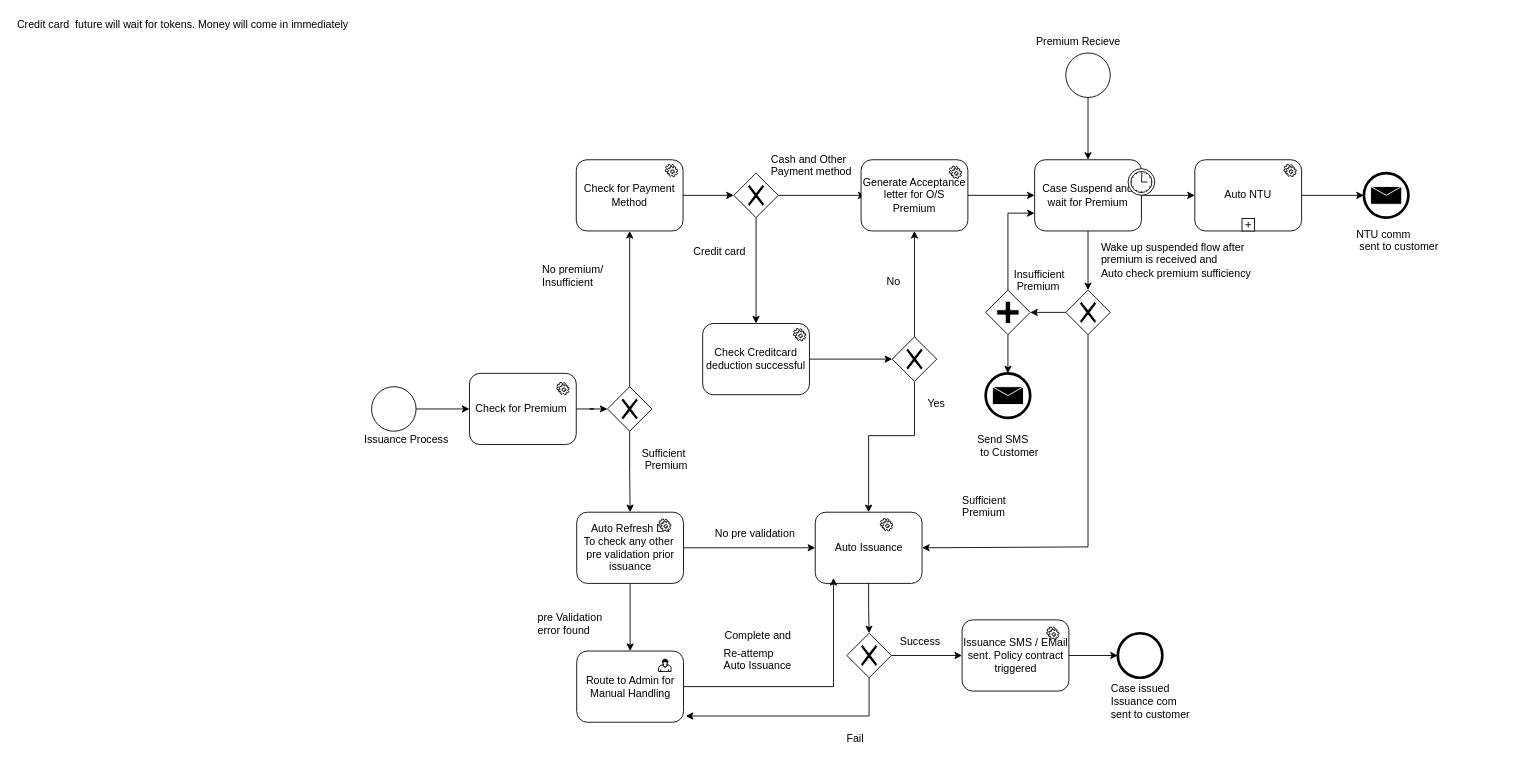
Before: page "Issuance Process" (4 of 6) of Untitled Diagram.drawio in Jefferzonlee/WorkFlow-BPR, a draw.io diagram. Source tidied: cells renumbered, new cells numbered last; positions are measured from the earlier drawing's top-left corner, leaving out a move shared by most shapes. Both pictures are drawn from the tidied source at 89%, with x=0, y=0 at pixel (15, 15).
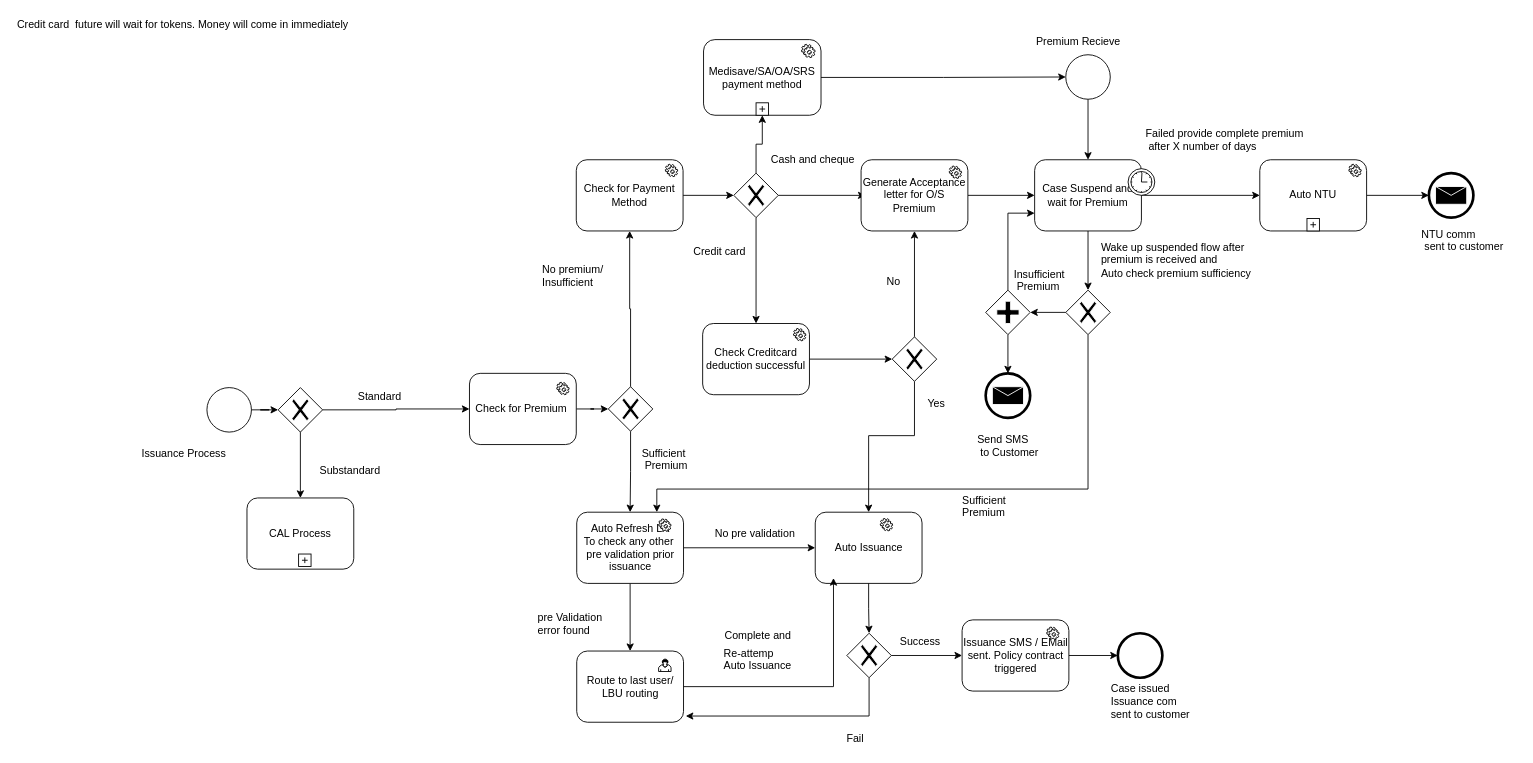
The same diagram, later.

Unchanged cells that the change refers to:
```xml
<mxCell id="6" value="Check for Premium&amp;nbsp;" style="shape=ext;rounded=1;html=1;whiteSpace=wrap;" parent="1" vertex="1">
  <mxGeometry x="510" y="402" width="120" height="80" as="geometry" />
</mxCell>
<mxCell id="15" style="shape=mxgraph.bpmn.shape;html=1;verticalLabelPosition=bottom;labelBackgroundColor=#ffffff;verticalAlign=top;align=center;perimeter=rhombusPerimeter;background=gateway;outlineConnect=0;outline=none;symbol=exclusiveGw;" parent="1" vertex="1">
  <mxGeometry x="807" y="177" width="50" height="50" as="geometry" />
</mxCell>
<mxCell id="20" value="Auto Issuance" style="shape=ext;rounded=1;html=1;whiteSpace=wrap;" parent="1" vertex="1">
  <mxGeometry x="898.5" y="558" width="120" height="80" as="geometry" />
</mxCell>
<mxCell id="53" style="shape=mxgraph.bpmn.shape;html=1;verticalLabelPosition=bottom;labelBackgroundColor=#ffffff;verticalAlign=top;align=center;perimeter=rhombusPerimeter;background=gateway;outlineConnect=0;outline=none;symbol=exclusiveGw;" parent="1" vertex="1">
  <mxGeometry x="1180" y="308.5" width="50" height="50" as="geometry" />
</mxCell>
<mxCell id="70" value="Auto Refresh LA&lt;br&gt;To check any other&amp;nbsp; pre validation prior issuance&lt;br&gt;" style="html=1;whiteSpace=wrap;rounded=1;" parent="1" vertex="1">
  <mxGeometry x="630.5" y="558" width="120" height="80" as="geometry" />
</mxCell>
```

Diff of the diagram source:
```diff
@@
-    <mxCell id="2" style="edgeStyle=orthogonalEdgeStyle;rounded=0;jettySize=auto;html=1;entryX=0;entryY=0.5;entryDx=0;entryDy=0;" parent="1" edge="1" source="3" target="6">
+    <mxCell id="2" style="edgeStyle=orthogonalEdgeStyle;rounded=0;jettySize=auto;html=1;entryX=0;entryY=0.5;entryDx=0;entryDy=0;" parent="1" edge="1" source="89" target="6">
       <mxGeometry relative="1" as="geometry" />
     </mxCell>
     <mxCell id="3" style="shape=mxgraph.bpmn.shape;html=1;verticalLabelPosition=bottom;labelBackgroundColor=#ffffff;verticalAlign=top;align=center;perimeter=ellipsePerimeter;outlineConnect=0;outline=standard;symbol=general;" parent="1" vertex="1">
-      <mxGeometry x="400" y="417" width="50" height="50" as="geometry" />
+      <mxGeometry x="215" y="418" width="50" height="50" as="geometry" />
     </mxCell>
     <mxCell id="4" value="Issuance Process" style="text;html=1;align=left;verticalAlign=top;spacingTop=-4;" parent="1" vertex="1">
-      <mxGeometry x="390" y="467" width="110" height="20" as="geometry" />
+      <mxGeometry x="140" y="482" width="110" height="20" as="geometry" />
     </mxCell>
@@
     <mxCell id="10" style="shape=mxgraph.bpmn.shape;html=1;verticalLabelPosition=bottom;labelBackgroundColor=#ffffff;verticalAlign=top;align=center;perimeter=rhombusPerimeter;background=gateway;outlineConnect=0;outline=none;symbol=exclusiveGw;" parent="1" vertex="1">
-      <mxGeometry x="665" y="417" width="50" height="50" as="geometry" />
+      <mxGeometry x="666" y="417" width="50" height="50" as="geometry" />
     </mxCell>
@@
+    <mxCell id="82" style="edgeStyle=orthogonalEdgeStyle;rounded=0;jettySize=auto;html=1;" parent="1" edge="1" source="15" target="85">
+      <mxGeometry relative="1" as="geometry" />
+    </mxCell>
@@
-    <mxCell id="16" value="Cash and Other &lt;br&gt;Payment method" style="text;html=1;align=left;verticalAlign=top;spacingTop=-4;" parent="1" vertex="1">
-      <mxGeometry x="847" y="152" width="110" height="30" as="geometry" />
+    <mxCell id="16" value="Cash and cheque&lt;br&gt;" style="text;html=1;align=left;verticalAlign=top;spacingTop=-4;" parent="1" vertex="1">
+      <mxGeometry x="847" y="152" width="110" height="20" as="geometry" />
     </mxCell>
@@
-    <mxCell id="46" value="Route to Admin for Manual Handling" style="shape=ext;rounded=1;html=1;whiteSpace=wrap;" parent="1" vertex="1">
+    <mxCell id="46" value="Route to last user/ LBU routing" style="shape=ext;rounded=1;html=1;whiteSpace=wrap;" parent="1" vertex="1">
       <mxGeometry x="630.5" y="714" width="120" height="80" as="geometry" />
     </mxCell>
@@
     <mxCell id="48" style="shape=mxgraph.bpmn.shape;html=1;verticalLabelPosition=bottom;labelBackgroundColor=#ffffff;verticalAlign=top;align=center;perimeter=ellipsePerimeter;outlineConnect=0;outline=standard;symbol=general;" parent="1" vertex="1">
-      <mxGeometry x="1180" y="42" width="50" height="50" as="geometry" />
+      <mxGeometry x="1180" y="44" width="50" height="50" as="geometry" />
     </mxCell>
@@
-    <mxCell id="51" style="edgeStyle=orthogonalEdgeStyle;rounded=0;jettySize=auto;html=1;entryX=1;entryY=0.5;entryDx=0;entryDy=0;" parent="1" edge="1" source="53" target="20">
-      <mxGeometry relative="1" as="geometry">
-        <Array as="points">
-          <mxPoint x="1205" y="597" />
-        </Array>
-      </mxGeometry>
-    </mxCell>
@@
+    <mxCell id="83" style="edgeStyle=orthogonalEdgeStyle;rounded=0;jettySize=auto;html=1;entryX=0.75;entryY=0;entryDx=0;entryDy=0;" parent="1" edge="1" source="53" target="70">
+      <mxGeometry relative="1" as="geometry">
+        <Array as="points">
+          <mxPoint x="1205" y="532" />
+          <mxPoint x="721" y="532" />
+        </Array>
+      </mxGeometry>
+    </mxCell>
@@
     <mxCell id="63" value="Auto NTU" style="html=1;whiteSpace=wrap;rounded=1;" parent="1" vertex="1">
-      <mxGeometry x="1325" y="162" width="120" height="80" as="geometry" />
+      <mxGeometry x="1398" y="162" width="120" height="80" as="geometry" />
     </mxCell>
@@
     <mxCell id="66" style="shape=mxgraph.bpmn.shape;html=1;verticalLabelPosition=bottom;labelBackgroundColor=#ffffff;verticalAlign=top;align=center;perimeter=ellipsePerimeter;outlineConnect=0;outline=end;symbol=message;" parent="1" vertex="1">
-      <mxGeometry x="1515" y="177" width="50" height="50" as="geometry" />
+      <mxGeometry x="1588" y="177" width="50" height="50" as="geometry" />
     </mxCell>
     <mxCell id="67" value="NTU comm&lt;br&gt;&amp;nbsp;sent to customer" style="text;html=1;align=left;verticalAlign=top;spacingTop=-4;" parent="1" vertex="1">
-      <mxGeometry x="1505" y="236" width="110" height="30" as="geometry" />
+      <mxGeometry x="1578" y="236" width="110" height="30" as="geometry" />
     </mxCell>
@@
+    <mxCell id="84" style="edgeStyle=orthogonalEdgeStyle;rounded=0;jettySize=auto;html=1;" parent="1" edge="1" source="85" target="48">
+      <mxGeometry relative="1" as="geometry" />
+    </mxCell>
+    <mxCell id="85" value="Medisave/SA/OA/SRS payment method" style="html=1;whiteSpace=wrap;rounded=1;" parent="1" vertex="1">
+      <mxGeometry x="773" y="27" width="132" height="85" as="geometry" />
+    </mxCell>
+    <mxCell id="86" style="html=1;shape=plus;" parent="85" vertex="1">
+      <mxGeometry x="0.5" y="1" width="14" height="14" relative="1" as="geometry">
+        <mxPoint x="-7" y="-14" as="offset" />
+      </mxGeometry>
+    </mxCell>
+    <mxCell id="87" style="shape=mxgraph.bpmn.service_task;html=1;" parent="85" vertex="1">
+      <mxGeometry x="110" y="5.3" width="15.4" height="14.9" as="geometry" />
+    </mxCell>
+    <mxCell id="88" style="edgeStyle=orthogonalEdgeStyle;rounded=0;jettySize=auto;html=1;" parent="1" edge="1" source="89" target="91">
+      <mxGeometry relative="1" as="geometry" />
+    </mxCell>
+    <mxCell id="89" style="shape=mxgraph.bpmn.shape;html=1;verticalLabelPosition=bottom;labelBackgroundColor=#ffffff;verticalAlign=top;align=center;perimeter=rhombusPerimeter;background=gateway;outlineConnect=0;outline=none;symbol=exclusiveGw;" parent="1" vertex="1">
+      <mxGeometry x="295" y="418" width="50" height="50" as="geometry" />
+    </mxCell>
+    <mxCell id="90" style="edgeStyle=orthogonalEdgeStyle;rounded=0;jettySize=auto;html=1;entryX=0;entryY=0.5;entryDx=0;entryDy=0;" parent="1" edge="1" source="3" target="89">
+      <mxGeometry relative="1" as="geometry" />
+    </mxCell>
+    <mxCell id="91" value="CAL Process" style="shape=ext;rounded=1;html=1;whiteSpace=wrap;" parent="1" vertex="1">
+      <mxGeometry x="260" y="542" width="120" height="80" as="geometry" />
+    </mxCell>
+    <mxCell id="92" style="shape=plus;html=1;" parent="1" vertex="1">
+      <mxGeometry x="318" y="605" width="14" height="14" as="geometry" />
+    </mxCell>
+    <mxCell id="93" value="Substandard" style="text;html=1;align=left;verticalAlign=top;spacingTop=-4;" parent="1" vertex="1">
+      <mxGeometry x="340" y="502" width="80" height="20" as="geometry" />
+    </mxCell>
+    <mxCell id="94" value="Standard" style="text;html=1;align=left;verticalAlign=top;spacingTop=-4;" parent="1" vertex="1">
+      <mxGeometry x="383" y="419" width="60" height="20" as="geometry" />
+    </mxCell>
+    <mxCell id="95" value="Failed provide complete premium&lt;br&gt;&amp;nbsp;after X number of days" style="text;html=1;align=left;verticalAlign=top;spacingTop=-4;" parent="1" vertex="1">
+      <mxGeometry x="1268" y="123" width="190" height="30" as="geometry" />
+    </mxCell>
```
